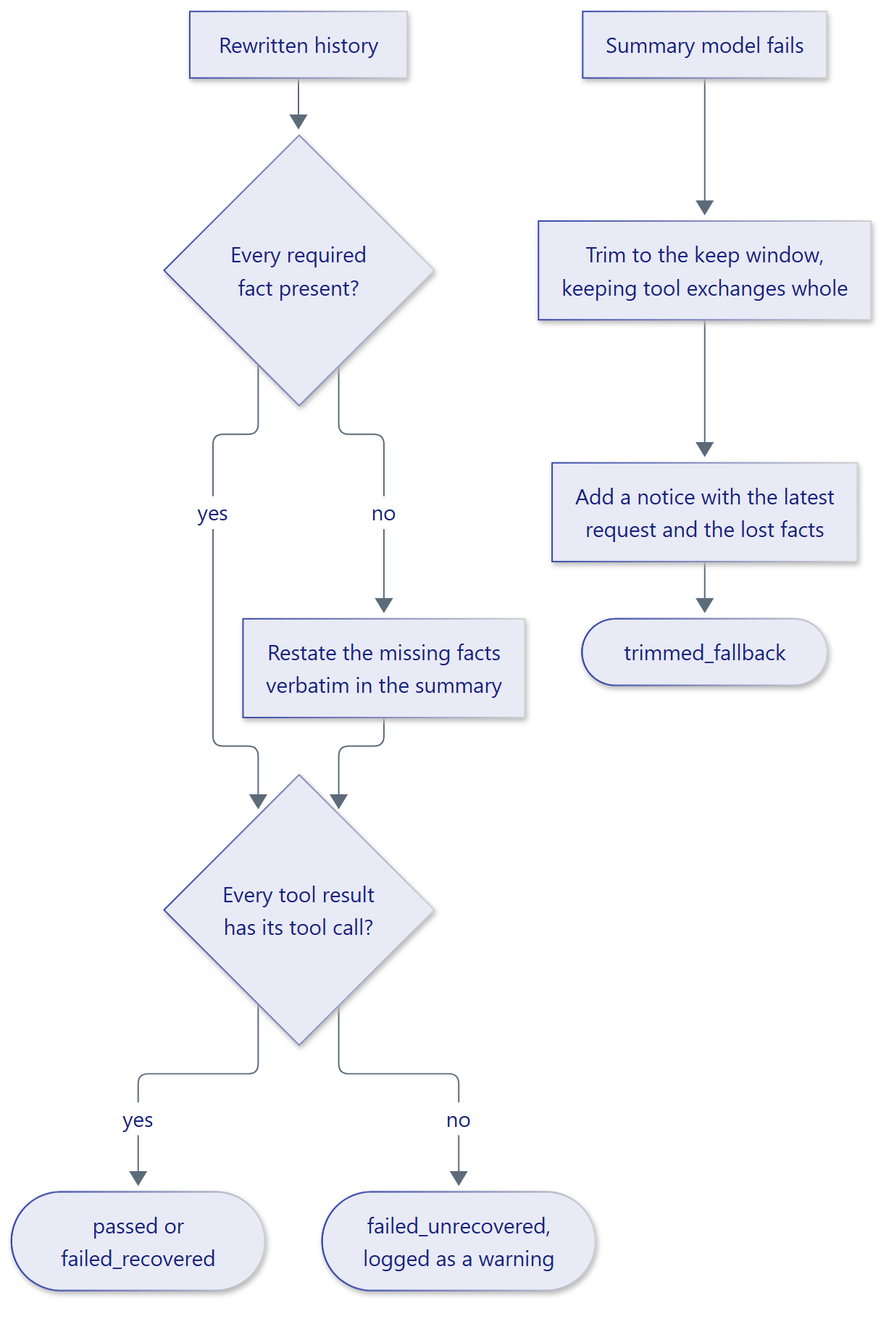
Above: docs/assets/diagrams/validation-recovery.png in smuniharish/contextsage (Mermaid), before the change. Its source is kept beside it as diagrams/validation-recovery.mmd.
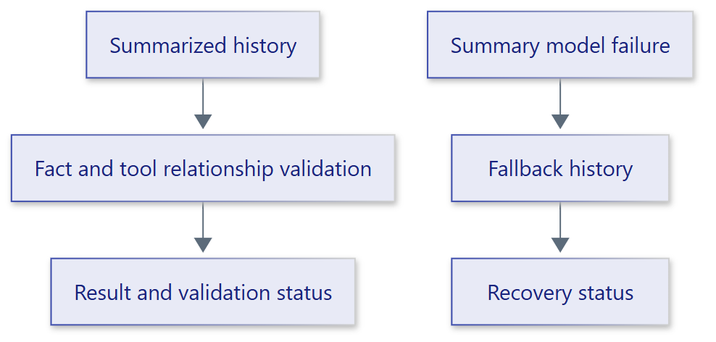
After the change.

What changed in the source:
```diff
@@ -1,10 +1,5 @@
 flowchart TB
-    summary["Rewritten history"] --> facts{"Every required<br/>fact present?"}
-    facts -- yes --> pairs{"Every tool result<br/>has its tool call?"}
-    facts -- no --> restate["Restate the missing facts<br/>verbatim in the summary"]
-    restate --> pairs
-    pairs -- yes --> valid(["passed or<br/>failed_recovered"])
-    pairs -- no --> orphaned(["failed_unrecovered,<br/>logged as a warning"])
-    failure["Summary model fails"] --> trim["Trim to the keep window,<br/>keeping tool exchanges whole"]
-    trim --> notice["Add a notice with the latest<br/>request and the lost facts"]
-    notice --> fallback(["trimmed_fallback"])
+    summary["Summarized history"] --> validation["Fact and tool relationship validation"]
+    validation --> result["Result and validation status"]
+    failure["Summary model failure"] --> recovery["Fallback history"]
+    recovery --> event["Recovery status"]
```
